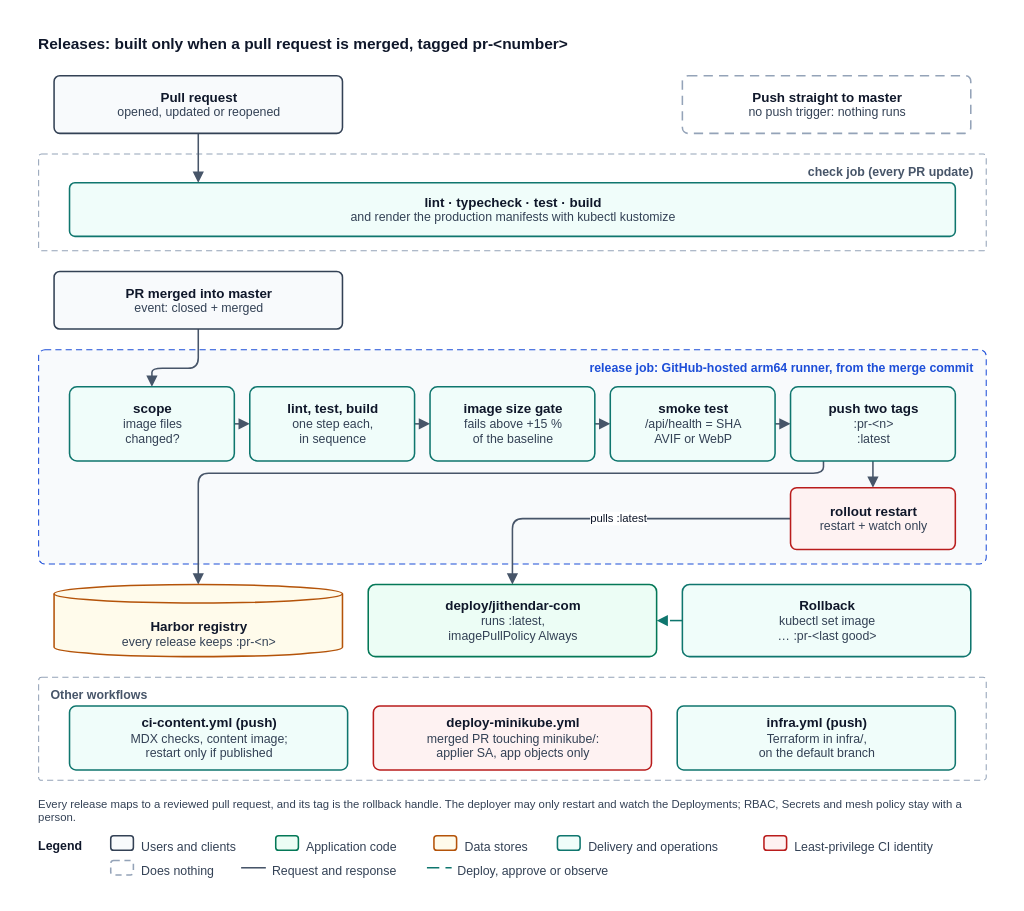
This is services/www/docs/knowledge-sharing/how-i-built-jithendar-com/diagrams/release-pipeline.drawio from mrjithendar/moks-cms, a draw.io file, before an edit. Source tidied: cells renumbered, new cells numbered last; positions are measured from the earlier drawing's top-left corner, leaving out a move shared by most shapes. Both pictures are drawn from the tidied source at 103%, with x=0, y=0 at pixel (18, 18).
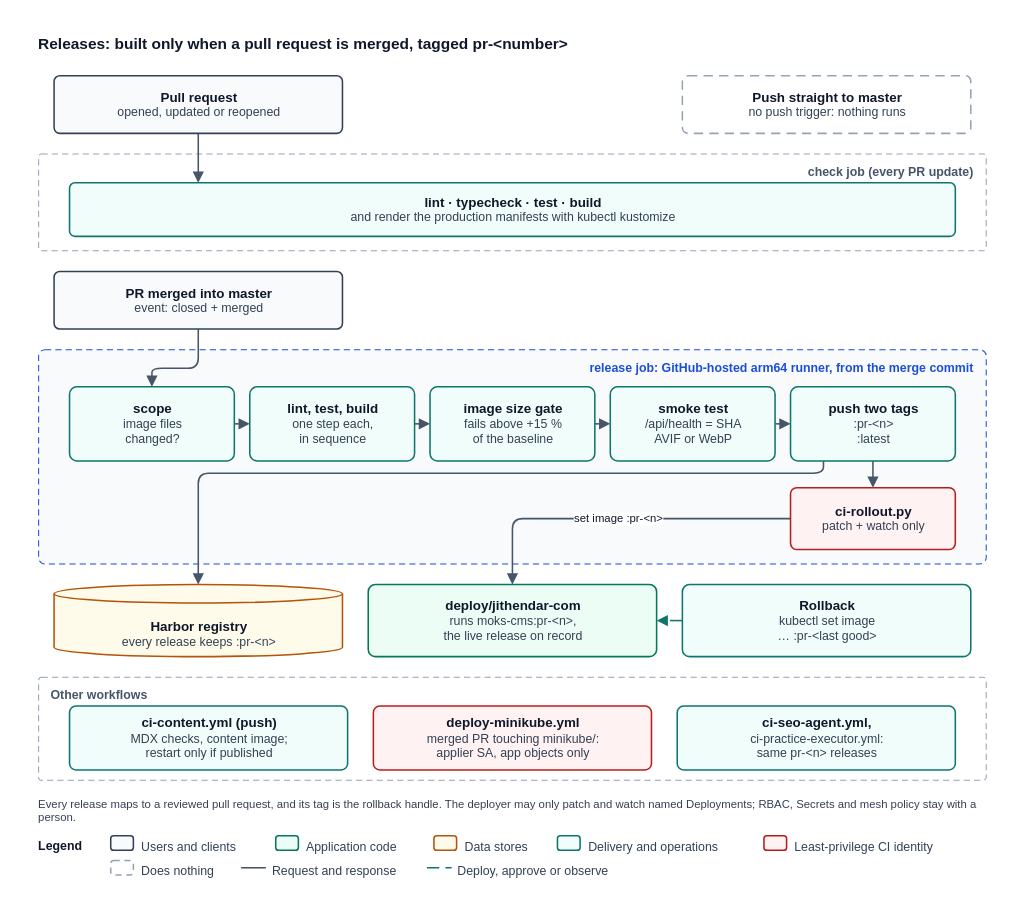
The same diagram, later.

Diff of the diagram source:
```diff
@@
-    <mxCell id="14" value="pulls :latest" style="edgeStyle=orthogonalEdgeStyle;rounded=1;html=1;strokeColor=#475569;strokeWidth=1.5;endArrow=block;endFill=1;endSize=7;fontFamily=Helvetica;fontSize=11;fontColor=#0f172a;labelBackgroundColor=#ffffff;jumpStyle=gap;jumpSize=6;exitX=0;exitY=0.5;exitDx=0;exitDy=0;exitPerimeter=0;entryX=0.5;entryY=0;entryDx=0;entryDy=0;entryPerimeter=0;" parent="1" edge="1" source="26" target="28">
+    <mxCell id="14" value="set image :pr-&amp;lt;n&amp;gt;" style="edgeStyle=orthogonalEdgeStyle;rounded=1;html=1;strokeColor=#475569;strokeWidth=1.5;endArrow=block;endFill=1;endSize=7;fontFamily=Helvetica;fontSize=11;fontColor=#0f172a;labelBackgroundColor=#ffffff;jumpStyle=gap;jumpSize=6;exitX=0;exitY=0.5;exitDx=0;exitDy=0;exitPerimeter=0;entryX=0.5;entryY=0;entryDx=0;entryDy=0;entryPerimeter=0;" parent="1" edge="1" source="26" target="28">
       <mxGeometry relative="1" as="geometry">
         <Array as="points">
           <mxPoint x="480" y="486" />
         </Array>
       </mxGeometry>
     </mxCell>
@@
-    <mxCell id="26" value="&lt;b style=&quot;font-size:13px&quot;&gt;rollout restart&lt;/b&gt;&lt;br&gt;&lt;span style=&quot;font-size:12px;color:#334155&quot;&gt;restart + watch only&lt;/span&gt;" style="whiteSpace=wrap;html=1;fillColor=#fef2f2;strokeColor=#b91c1c;strokeWidth=1.5;fontColor=#0f172a;fontFamily=Helvetica;fontSize=12;align=center;verticalAlign=middle;spacing=4;spacingLeft=2;rounded=1;arcSize=10;" parent="1" vertex="1">
+    <mxCell id="26" value="&lt;b style=&quot;font-size:13px&quot;&gt;ci-rollout.py&lt;/b&gt;&lt;br&gt;&lt;span style=&quot;font-size:12px;color:#334155&quot;&gt;patch + watch only&lt;/span&gt;" style="whiteSpace=wrap;html=1;fillColor=#fef2f2;strokeColor=#b91c1c;strokeWidth=1.5;fontColor=#0f172a;fontFamily=Helvetica;fontSize=12;align=center;verticalAlign=middle;spacing=4;spacingLeft=2;rounded=1;arcSize=10;" parent="1" vertex="1">
       <mxGeometry x="750" y="456" width="160" height="60" as="geometry" />
     </mxCell>
@@
-    <mxCell id="28" value="&lt;b style=&quot;font-size:13px&quot;&gt;deploy/jithendar-com&lt;/b&gt;&lt;br&gt;&lt;span style=&quot;font-size:12px;color:#334155&quot;&gt;runs :latest,&lt;/span&gt;&lt;br&gt;&lt;span style=&quot;font-size:12px;color:#334155&quot;&gt;imagePullPolicy Always&lt;/span&gt;" style="whiteSpace=wrap;html=1;fillColor=#ecfdf5;strokeColor=#047857;strokeWidth=1.5;fontColor=#0f172a;fontFamily=Helvetica;fontSize=12;align=center;verticalAlign=middle;spacing=4;spacingLeft=2;rounded=1;arcSize=10;" parent="1" vertex="1">
+    <mxCell id="28" value="&lt;b style=&quot;font-size:13px&quot;&gt;deploy/jithendar-com&lt;/b&gt;&lt;br&gt;&lt;span style=&quot;font-size:12px;color:#334155&quot;&gt;runs moks-cms:pr-&amp;lt;n&amp;gt;,&lt;/span&gt;&lt;br&gt;&lt;span style=&quot;font-size:12px;color:#334155&quot;&gt;the live release on record&lt;/span&gt;" style="whiteSpace=wrap;html=1;fillColor=#ecfdf5;strokeColor=#047857;strokeWidth=1.5;fontColor=#0f172a;fontFamily=Helvetica;fontSize=12;align=center;verticalAlign=middle;spacing=4;spacingLeft=2;rounded=1;arcSize=10;" parent="1" vertex="1">
       <mxGeometry x="340" y="550" width="280" height="70" as="geometry" />
     </mxCell>
@@
-    <mxCell id="32" value="&lt;b style=&quot;font-size:13px&quot;&gt;infra.yml (push)&lt;/b&gt;&lt;br&gt;&lt;span style=&quot;font-size:12px;color:#334155&quot;&gt;Terraform in infra/,&lt;/span&gt;&lt;br&gt;&lt;span style=&quot;font-size:12px;color:#334155&quot;&gt;on the default branch&lt;/span&gt;" style="whiteSpace=wrap;html=1;fillColor=#f0fdfa;strokeColor=#0f766e;strokeWidth=1.5;fontColor=#0f172a;fontFamily=Helvetica;fontSize=12;align=center;verticalAlign=middle;spacing=4;spacingLeft=2;rounded=1;arcSize=10;" parent="1" vertex="1">
+    <mxCell id="32" value="&lt;b style=&quot;font-size:13px&quot;&gt;ci-seo-agent.yml,&lt;/b&gt;&lt;br&gt;&lt;span style=&quot;font-size:12px;color:#334155&quot;&gt;ci-practice-executor.yml:&lt;/span&gt;&lt;br&gt;&lt;span style=&quot;font-size:12px;color:#334155&quot;&gt;same pr-&amp;lt;n&amp;gt; releases&lt;/span&gt;" style="whiteSpace=wrap;html=1;fillColor=#f0fdfa;strokeColor=#0f766e;strokeWidth=1.5;fontColor=#0f172a;fontFamily=Helvetica;fontSize=12;align=center;verticalAlign=middle;spacing=4;spacingLeft=2;rounded=1;arcSize=10;" parent="1" vertex="1">
       <mxGeometry x="640" y="668" width="270" height="62" as="geometry" />
     </mxCell>
-    <mxCell id="33" value="Every release maps to a reviewed pull request, and its tag is the rollback handle. The deployer may only restart and watch the Deployments; RBAC, Secrets and mesh policy stay with a person." style="text;html=1;strokeColor=none;fillColor=none;align=left;verticalAlign=top;whiteSpace=wrap;fontFamily=Helvetica;fontSize=11;fontColor=#334155;spacing=0;" parent="1" vertex="1">
+    <mxCell id="33" value="Every release maps to a reviewed pull request, and its tag is the rollback handle. The deployer may only patch and watch named Deployments; RBAC, Secrets and mesh policy stay with a person." style="text;html=1;strokeColor=none;fillColor=none;align=left;verticalAlign=top;whiteSpace=wrap;fontFamily=Helvetica;fontSize=11;fontColor=#334155;spacing=0;" parent="1" vertex="1">
       <mxGeometry x="20" y="752" width="920" height="32" as="geometry" />
     </mxCell>
```
